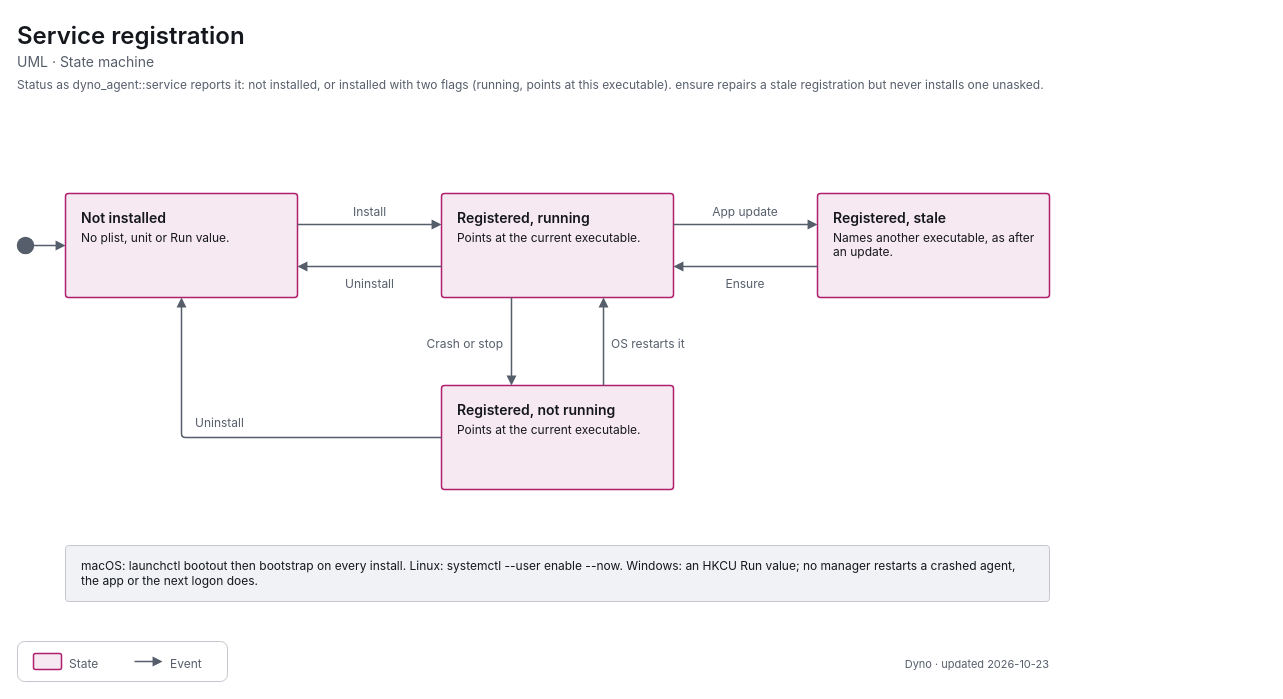
decryp7/paddock keeps this draw.io diagram as apps/dyno/diagrams/uml-state-service.drawio. Above is the earlier version. Source tidied: cells renumbered, new cells numbered last; positions are measured from the earlier drawing's top-left corner, leaving out a move shared by most shapes. Both pictures are drawn from the tidied source at 100%, with x=0, y=0 at pixel (17, 17).
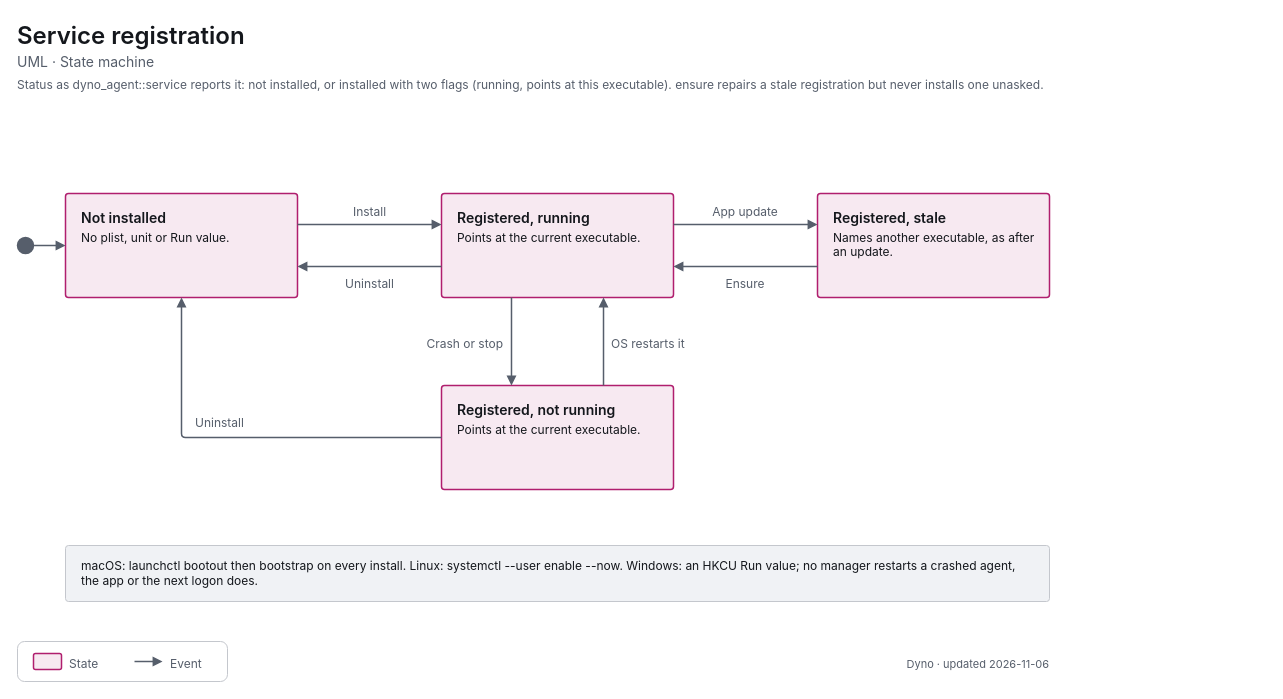
The same diagram, later.

Diff of the diagram source:
```diff
@@
-    <mxCell id="31" value="&lt;span style=&quot;font-size:11px;font-weight:400&quot;&gt;Dyno · updated 2026-10-23&lt;/span&gt;" style="html=1;whiteSpace=wrap;fontFamily=-apple-system,BlinkMacSystemFont,Segoe UI,system-ui,sans-serif;fontSize=12;fontColor=light-dark(#14171C,#ECEEF1);text;strokeColor=none;fillColor=none;align=right;verticalAlign=top;spacing=0;fontColor=light-dark(#565E6B,#A0A7B2);" parent="1" vertex="1">
+    <mxCell id="31" value="&lt;span style=&quot;font-size:11px;font-weight:400&quot;&gt;Dyno · updated 2026-11-06&lt;/span&gt;" style="html=1;whiteSpace=wrap;fontFamily=-apple-system,BlinkMacSystemFont,Segoe UI,system-ui,sans-serif;fontSize=12;fontColor=light-dark(#14171C,#ECEEF1);text;strokeColor=none;fillColor=none;align=right;verticalAlign=top;spacing=0;fontColor=light-dark(#565E6B,#A0A7B2);" parent="1" vertex="1">
       <mxGeometry x="672" y="635" width="360" height="18" as="geometry" />
     </mxCell>
```
